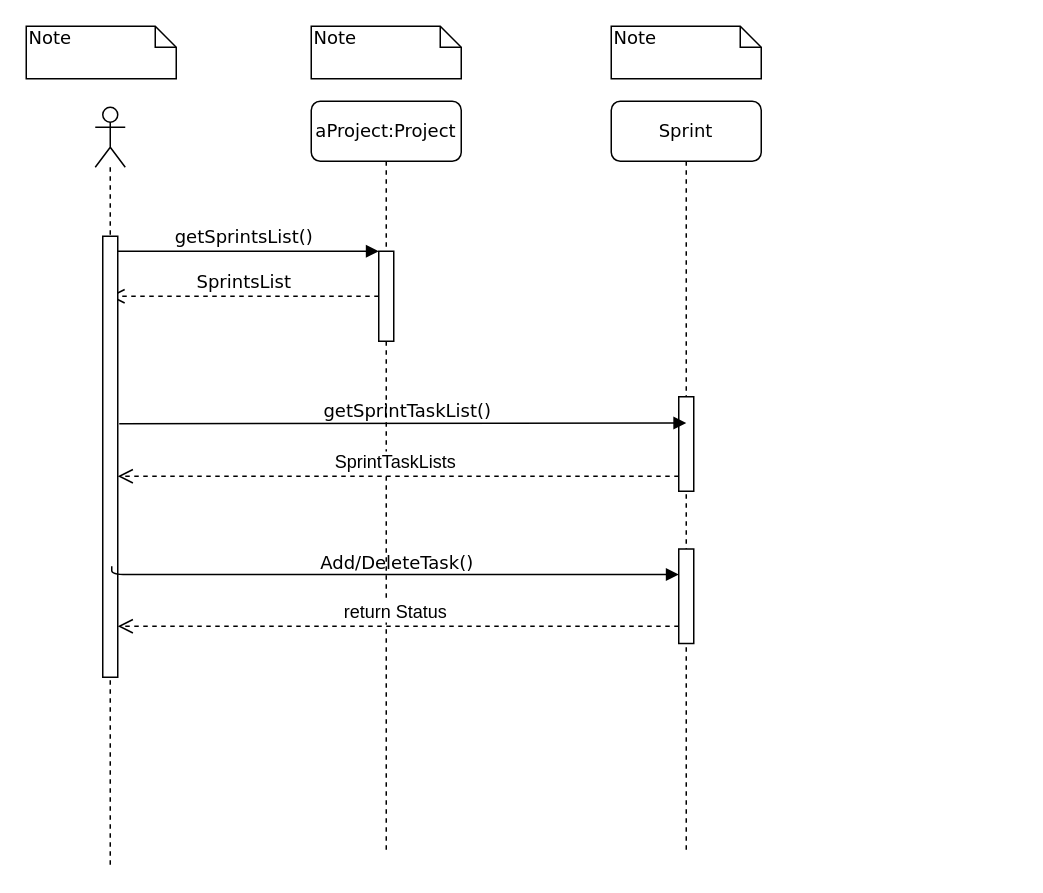
This is Behavioral Modeling/Scrum Master Seq Diagrams-Manage Sprint Tasks.drawio from amirabbas8/ScrumOfficer, a draw.io file, before an edit. Source tidied: cells renumbered, new cells numbered last; positions are measured from the earlier drawing's top-left corner, leaving out a move shared by most shapes. Both pictures are drawn from the tidied source at 150%, with x=0, y=0 at pixel (26, 26).
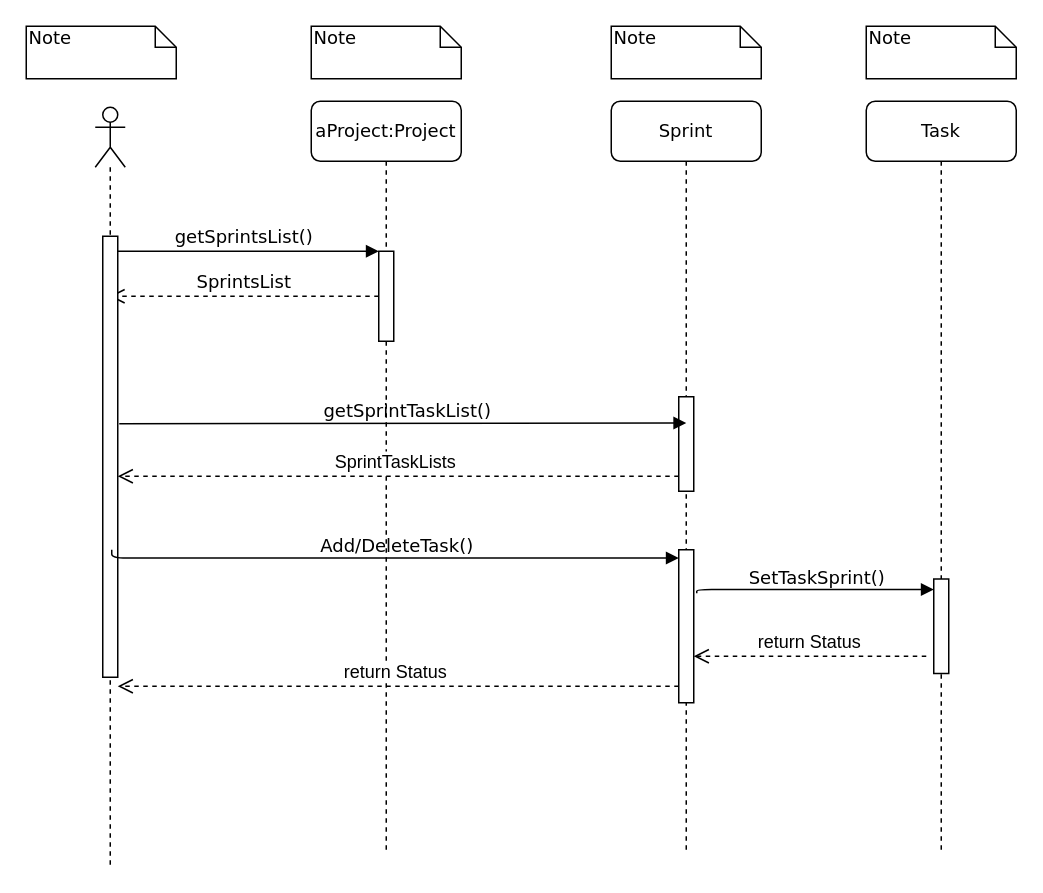
After the change.

The change refers to these unchanged cells:
```xml
<mxCell id="10" value="Sprint" style="shape=umlLifeline;perimeter=lifelinePerimeter;whiteSpace=wrap;html=1;rounded=1;shadow=0;comic=0;labelBackgroundColor=none;strokeColor=#000000;strokeWidth=1;fillColor=#FFFFFF;fontFamily=Verdana;fontSize=12;fontColor=#000000;align=center;" parent="1" vertex="1">
  <mxGeometry x="390" y="50" width="100" height="500" as="geometry" />
</mxCell>
```

The edit, as a diff of the source:
```diff
@@
     <mxCell id="12" style="html=1;points=[];perimeter=orthogonalPerimeter;rounded=0;shadow=0;comic=0;labelBackgroundColor=none;strokeColor=#000000;strokeWidth=1;fillColor=#FFFFFF;fontFamily=Verdana;fontSize=12;fontColor=#000000;align=center;" parent="10" vertex="1">
-      <mxGeometry x="45" y="298.5" width="10" height="63" as="geometry" />
+      <mxGeometry x="45" y="299" width="10" height="102" as="geometry" />
     </mxCell>
@@
     <mxCell id="16" value="Add/DeleteTask()" style="html=1;verticalAlign=bottom;endArrow=block;labelBackgroundColor=none;fontFamily=Verdana;fontSize=12;edgeStyle=elbowEdgeStyle;elbow=vertical;entryX=0.5;entryY=0.278;entryDx=0;entryDy=0;entryPerimeter=0;exitX=1.1;exitY=0.31;exitDx=0;exitDy=0;exitPerimeter=0;" parent="1" edge="1">
       <mxGeometry x="0.01" relative="1" as="geometry">
-        <mxPoint x="57" y="360" as="sourcePoint" />
-        <mxPoint x="435" y="366" as="targetPoint" />
+        <mxPoint x="57" y="349" as="sourcePoint" />
+        <mxPoint x="435" y="355" as="targetPoint" />
         <Array as="points">
-          <mxPoint x="305" y="365.5" />
-          <mxPoint x="335" y="365.5" />
-          <mxPoint x="390.5" y="350.5" />
-          <mxPoint x="380.5" y="415.5" />
-          <mxPoint x="340.5" y="405.5" />
+          <mxPoint x="305" y="354.5" />
+          <mxPoint x="335" y="354.5" />
+          <mxPoint x="390.5" y="339.5" />
+          <mxPoint x="380.5" y="404.5" />
+          <mxPoint x="340.5" y="394.5" />
         </Array>
         <mxPoint x="1" y="1" as="offset" />
       </mxGeometry>
     </mxCell>
     <mxCell id="17" value="return Status" style="html=1;verticalAlign=bottom;endArrow=open;dashed=1;endSize=8;fontSize=12;exitX=0;exitY=0.841;exitDx=0;exitDy=0;exitPerimeter=0;" parent="1" edge="1">
       <mxGeometry x="0.01" relative="1" as="geometry">
-        <mxPoint x="435" y="400" as="sourcePoint" />
-        <mxPoint x="61" y="400" as="targetPoint" />
+        <mxPoint x="435" y="440" as="sourcePoint" />
+        <mxPoint x="61" y="440" as="targetPoint" />
         <Array as="points">
-          <mxPoint x="360" y="400" />
-          <mxPoint x="180" y="400" />
+          <mxPoint x="360" y="440" />
+          <mxPoint x="180" y="440" />
         </Array>
       </mxGeometry>
     </mxCell>
+    <mxCell id="18" value="Task" style="shape=umlLifeline;perimeter=lifelinePerimeter;whiteSpace=wrap;html=1;rounded=1;shadow=0;comic=0;labelBackgroundColor=none;strokeColor=#000000;strokeWidth=1;fillColor=#FFFFFF;fontFamily=Verdana;fontSize=12;fontColor=#000000;align=center;" parent="1" vertex="1">
+      <mxGeometry x="560" y="50" width="100" height="500" as="geometry" />
+    </mxCell>
+    <mxCell id="19" style="html=1;perimeter=orthogonalPerimeter;rounded=0;shadow=0;comic=0;labelBackgroundColor=none;strokeColor=#000000;strokeWidth=1;fillColor=#FFFFFF;fontFamily=Verdana;fontSize=12;fontColor=#000000;align=center;" parent="18" vertex="1">
+      <mxGeometry x="45" y="318.5" width="10" height="63" as="geometry" />
+    </mxCell>
+    <mxCell id="20" value="Note" style="shape=note;whiteSpace=wrap;html=1;size=14;verticalAlign=top;align=left;spacingTop=-6;rounded=0;shadow=0;comic=0;labelBackgroundColor=none;strokeColor=#000000;strokeWidth=1;fillColor=#FFFFFF;fontFamily=Verdana;fontSize=12;fontColor=#000000;" parent="1" vertex="1">
+      <mxGeometry x="560" width="100" height="35" as="geometry" />
+    </mxCell>
+    <mxCell id="21" value="SetTaskSprint()" style="html=1;verticalAlign=bottom;endArrow=block;labelBackgroundColor=none;fontFamily=Verdana;fontSize=12;edgeStyle=elbowEdgeStyle;elbow=vertical;entryX=0.5;entryY=0.278;entryDx=0;entryDy=0;entryPerimeter=0;exitX=1.2;exitY=0.284;exitDx=0;exitDy=0;exitPerimeter=0;" parent="1" edge="1" source="12">
+      <mxGeometry x="0.01" relative="1" as="geometry">
+        <mxPoint x="605" y="376" as="targetPoint" />
+        <Array as="points">
+          <mxPoint x="475" y="375.5" />
+          <mxPoint x="505" y="375.5" />
+          <mxPoint x="560.5" y="360.5" />
+          <mxPoint x="550.5" y="425.5" />
+          <mxPoint x="510.5" y="415.5" />
+        </Array>
+        <mxPoint x="1" y="1" as="offset" />
+      </mxGeometry>
+    </mxCell>
+    <mxCell id="22" value="return Status" style="html=1;verticalAlign=bottom;endArrow=open;dashed=1;endSize=8;fontSize=12;" parent="1" edge="1">
+      <mxGeometry x="0.01" relative="1" as="geometry">
+        <mxPoint x="600" y="420" as="sourcePoint" />
+        <mxPoint x="445" y="420" as="targetPoint" />
+        <Array as="points">
+          <mxPoint x="564" y="420" />
+        </Array>
+      </mxGeometry>
+    </mxCell>
```
